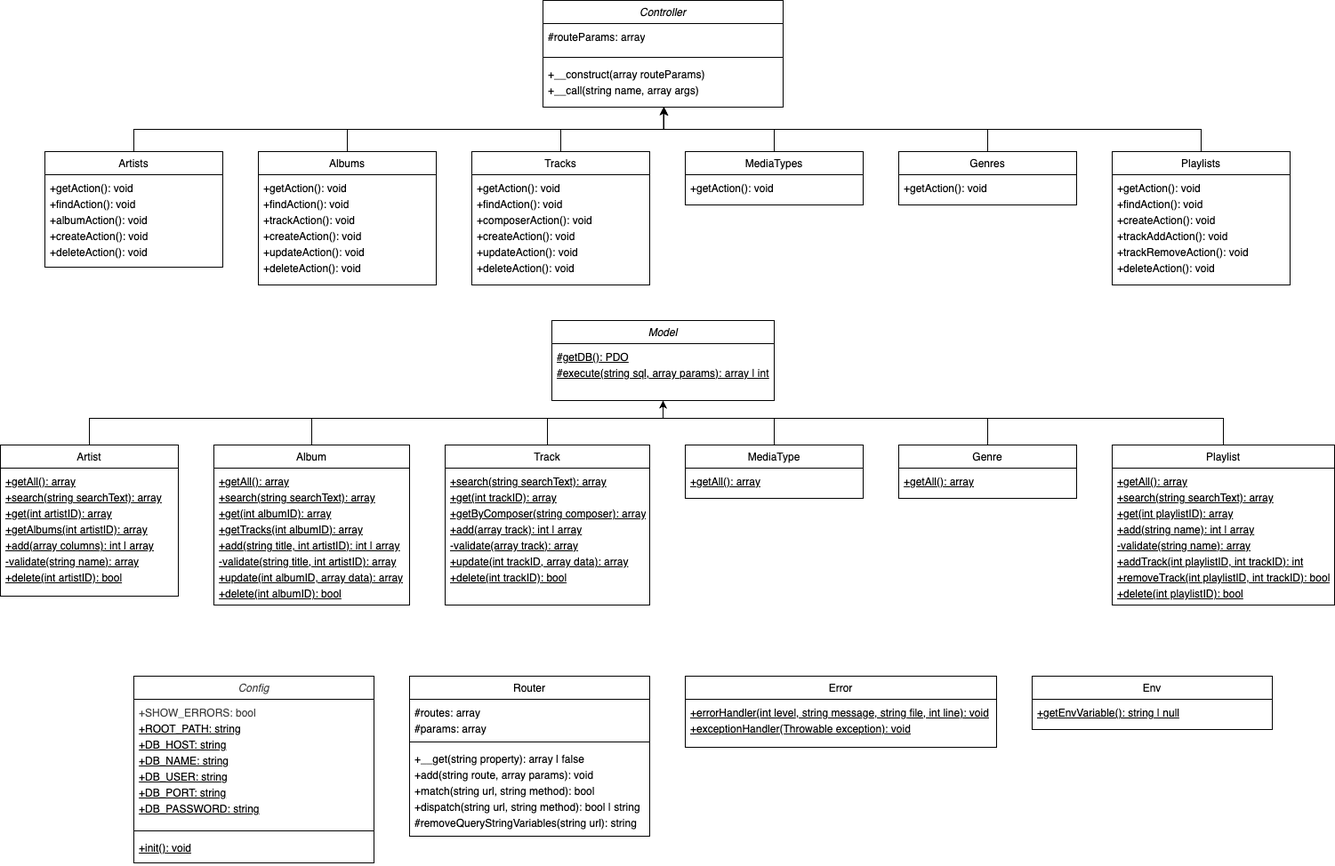
This is documentation/class_diagrams.drawio.png from FrejaFischer/music_storage, a draw.io export, as it was before one commit. Source tidied: cells renumbered, new cells last; positions are measured from the earlier drawing's top-left corner, leaving out a move shared by most shapes.
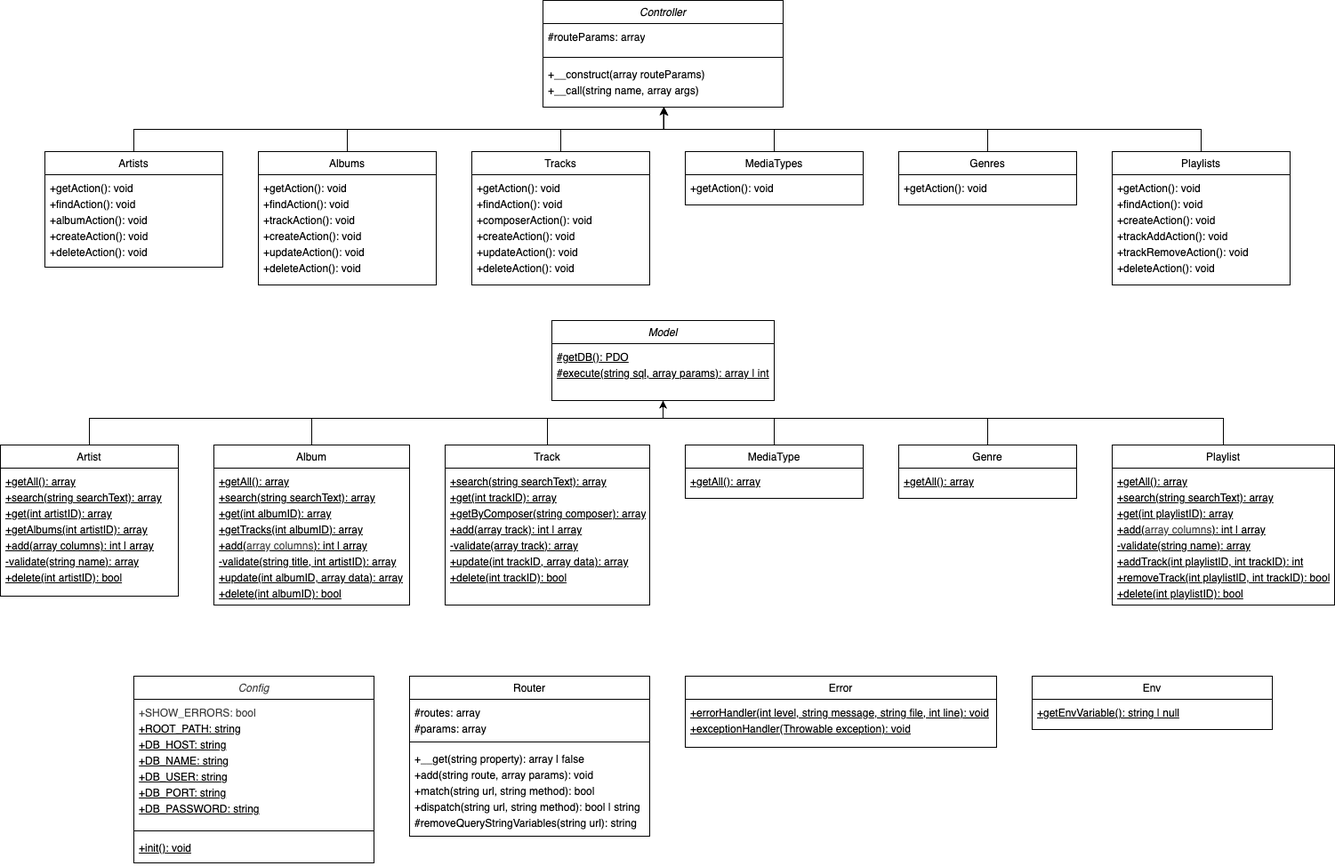
After the commit.

Commit message:
updated class diagrams for add() controller methods

What changed in the source:
```diff
@@ -36,7 +36,7 @@
     <mxCell id="9" value="Album" style="swimlane;fontStyle=0;align=center;verticalAlign=top;horizontal=1;startSize=26;rounded=0;shadow=0;strokeWidth=1;" parent="1" vertex="1">
       <mxGeometry x="240" y="500" width="220" height="180" as="geometry" />
     </mxCell>
-    <mxCell id="10" value="&lt;div style=&quot;line-height: 150%;&quot;&gt;+getAll(): array&lt;br&gt;+search(string searchText): array&lt;br&gt;+get(int albumID): array&lt;br&gt;+getTracks(int albumID): array&lt;br&gt;+add(string title, int artistID): int | array&lt;br&gt;-validate(string title, int artistID): array&lt;/div&gt;&lt;div style=&quot;line-height: 150%;&quot;&gt;+update(int albumID, array data): array&lt;br&gt;+delete(int albumID): bool&lt;/div&gt;" style="text;align=left;verticalAlign=top;spacingLeft=4;spacingRight=4;overflow=hidden;fontStyle=4;spacingTop=0;spacing=2;html=1;" parent="9" vertex="1">
+    <mxCell id="10" value="&lt;div style=&quot;line-height: 150%;&quot;&gt;+getAll(): array&lt;br&gt;+search(string searchText): array&lt;br&gt;+get(int albumID): array&lt;br&gt;+getTracks(int albumID): array&lt;br&gt;+add(&lt;span style=&quot;color: rgb(63, 63, 63);&quot;&gt;array columns&lt;/span&gt;): int | array&lt;br&gt;-validate(string title, int artistID): array&lt;/div&gt;&lt;div style=&quot;line-height: 150%;&quot;&gt;+update(int albumID, array data): array&lt;br&gt;+delete(int albumID): bool&lt;/div&gt;" style="text;align=left;verticalAlign=top;spacingLeft=4;spacingRight=4;overflow=hidden;fontStyle=4;spacingTop=0;spacing=2;html=1;" parent="9" vertex="1">
       <mxGeometry y="26" width="220" height="154" as="geometry" />
     </mxCell>
     <mxCell id="11" value="Albums" style="swimlane;fontStyle=0;align=center;verticalAlign=top;horizontal=1;startSize=26;rounded=0;shadow=0;strokeWidth=1;" parent="1" vertex="1">
@@ -116,7 +116,7 @@
     <mxCell id="29" value="Playlist" style="swimlane;fontStyle=0;align=center;verticalAlign=top;horizontal=1;startSize=26;rounded=0;shadow=0;strokeWidth=1;" parent="1" vertex="1">
       <mxGeometry x="1250" y="500" width="250" height="180" as="geometry" />
     </mxCell>
-    <mxCell id="30" value="&lt;div style=&quot;line-height: 150%;&quot;&gt;+getAll(): array&lt;br&gt;&lt;/div&gt;&lt;div style=&quot;line-height: 150%;&quot;&gt;+search(string searchText): array&lt;br&gt;+get(int playlistID): array&lt;br&gt;+add(string name): int | array&lt;br&gt;-validate(string name): array&lt;/div&gt;&lt;div style=&quot;line-height: 150%;&quot;&gt;+addTrack(int playlistID, int trackID): int&lt;/div&gt;&lt;div style=&quot;line-height: 150%;&quot;&gt;+removeTrack(int playlistID, int trackID): bool&lt;br&gt;+delete(int playlistID): bool&lt;/div&gt;" style="text;align=left;verticalAlign=top;spacingLeft=4;spacingRight=4;overflow=hidden;fontStyle=4;spacingTop=0;spacing=2;html=1;" parent="29" vertex="1">
+    <mxCell id="30" value="&lt;div style=&quot;line-height: 150%;&quot;&gt;+getAll(): array&lt;br&gt;&lt;/div&gt;&lt;div style=&quot;line-height: 150%;&quot;&gt;+search(string searchText): array&lt;br&gt;+get(int playlistID): array&lt;br&gt;+add(&lt;span style=&quot;color: rgb(63, 63, 63);&quot;&gt;array columns&lt;/span&gt;): int | array&lt;br&gt;-validate(string name): array&lt;/div&gt;&lt;div style=&quot;line-height: 150%;&quot;&gt;+addTrack(int playlistID, int trackID): int&lt;/div&gt;&lt;div style=&quot;line-height: 150%;&quot;&gt;+removeTrack(int playlistID, int trackID): bool&lt;br&gt;+delete(int playlistID): bool&lt;/div&gt;" style="text;align=left;verticalAlign=top;spacingLeft=4;spacingRight=4;overflow=hidden;fontStyle=4;spacingTop=0;spacing=2;html=1;" parent="29" vertex="1">
       <mxGeometry y="26" width="250" height="154" as="geometry" />
     </mxCell>
     <mxCell id="31" style="edgeStyle=orthogonalEdgeStyle;rounded=0;jettySize=auto;html=1;entryX=0.502;entryY=1.003;entryDx=0;entryDy=0;entryPerimeter=0;" parent="1" edge="1" source="32" target="43">
```
